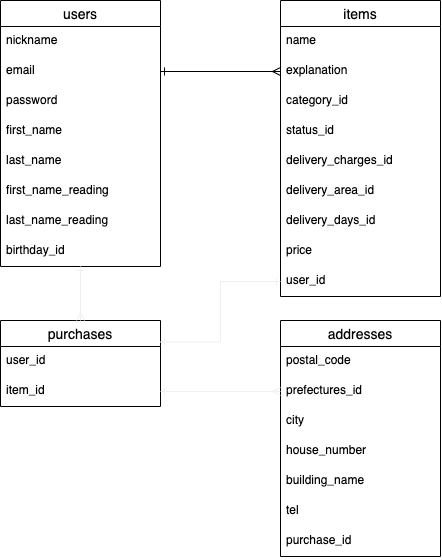
ma-sensei-web/furima-35541 keeps this draw.io diagram as config/furima35541.drawio.png. Above is the earlier version. Source tidied: cells renumbered, new cells last; positions are measured from the earlier drawing's top-left corner, leaving out a move shared by most shapes.
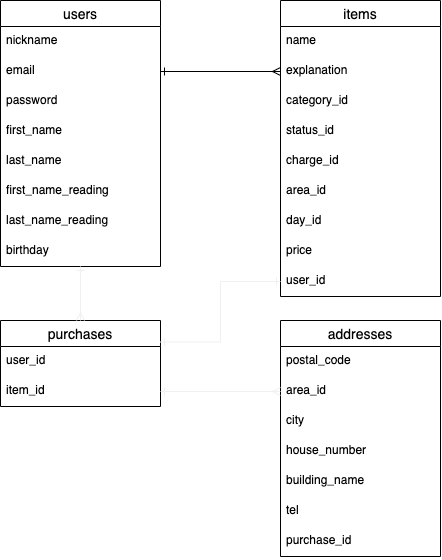
Above is the later version.

Commit message:
データベースの設計の修正2

Change to the diagram source:
```diff
@@ -26,7 +26,7 @@
     <mxCell id="9" value="last_name_reading" style="text;strokeColor=none;fillColor=none;spacingLeft=4;spacingRight=4;overflow=hidden;fontSize=12;shadow=1;" parent="2" vertex="1">
       <mxGeometry y="206" width="160" height="30" as="geometry" />
     </mxCell>
-    <mxCell id="10" value="birthday_id" style="text;strokeColor=none;fillColor=none;spacingLeft=4;spacingRight=4;overflow=hidden;fontSize=12;shadow=1;" parent="2" vertex="1">
+    <mxCell id="10" value="birthday" style="text;strokeColor=none;fillColor=none;spacingLeft=4;spacingRight=4;overflow=hidden;fontSize=12;shadow=1;" parent="2" vertex="1">
       <mxGeometry y="236" width="160" height="30" as="geometry" />
     </mxCell>
     <mxCell id="11" value="items" style="swimlane;fontStyle=0;horizontal=1;startSize=26;align=center;fontSize=14;shadow=0;" parent="1" vertex="1">
@@ -44,13 +44,13 @@
     <mxCell id="15" value="status_id" style="text;strokeColor=none;fillColor=none;spacingLeft=4;spacingRight=4;overflow=hidden;fontSize=12;" parent="11" vertex="1">
       <mxGeometry y="116" width="160" height="30" as="geometry" />
     </mxCell>
-    <mxCell id="16" value="delivery_charges_id" style="text;strokeColor=none;fillColor=none;spacingLeft=4;spacingRight=4;overflow=hidden;fontSize=12;" parent="11" vertex="1">
+    <mxCell id="16" value="charge_id" style="text;strokeColor=none;fillColor=none;spacingLeft=4;spacingRight=4;overflow=hidden;fontSize=12;" parent="11" vertex="1">
       <mxGeometry y="146" width="160" height="30" as="geometry" />
     </mxCell>
-    <mxCell id="17" value="delivery_area_id" style="text;strokeColor=none;fillColor=none;spacingLeft=4;spacingRight=4;overflow=hidden;fontSize=12;" parent="11" vertex="1">
+    <mxCell id="17" value="area_id" style="text;strokeColor=none;fillColor=none;spacingLeft=4;spacingRight=4;overflow=hidden;fontSize=12;" parent="11" vertex="1">
       <mxGeometry y="176" width="160" height="30" as="geometry" />
     </mxCell>
-    <mxCell id="18" value="delivery_days_id" style="text;strokeColor=none;fillColor=none;spacingLeft=4;spacingRight=4;overflow=hidden;fontSize=12;" parent="11" vertex="1">
+    <mxCell id="18" value="day_id" style="text;strokeColor=none;fillColor=none;spacingLeft=4;spacingRight=4;overflow=hidden;fontSize=12;" parent="11" vertex="1">
       <mxGeometry y="206" width="160" height="30" as="geometry" />
     </mxCell>
     <mxCell id="19" value="price" style="text;strokeColor=none;fillColor=none;spacingLeft=4;spacingRight=4;overflow=hidden;fontSize=12;" parent="11" vertex="1">
@@ -74,7 +74,7 @@
     <mxCell id="25" value="postal_code" style="text;strokeColor=none;fillColor=none;spacingLeft=4;spacingRight=4;overflow=hidden;fontSize=12;" parent="24" vertex="1">
       <mxGeometry y="26" width="160" height="30" as="geometry" />
     </mxCell>
-    <mxCell id="26" value="prefectures_id" style="text;strokeColor=none;fillColor=none;spacingLeft=4;spacingRight=4;overflow=hidden;points=[[0,0.5],[1,0.5]];portConstraint=eastwest;fontSize=12;" parent="24" vertex="1">
+    <mxCell id="26" value="area_id" style="text;strokeColor=none;fillColor=none;spacingLeft=4;spacingRight=4;overflow=hidden;points=[[0,0.5],[1,0.5]];portConstraint=eastwest;fontSize=12;" parent="24" vertex="1">
       <mxGeometry y="56" width="160" height="30" as="geometry" />
     </mxCell>
     <mxCell id="27" value="city" style="text;strokeColor=none;fillColor=none;spacingLeft=4;spacingRight=4;overflow=hidden;fontSize=12;" parent="24" vertex="1">
```
